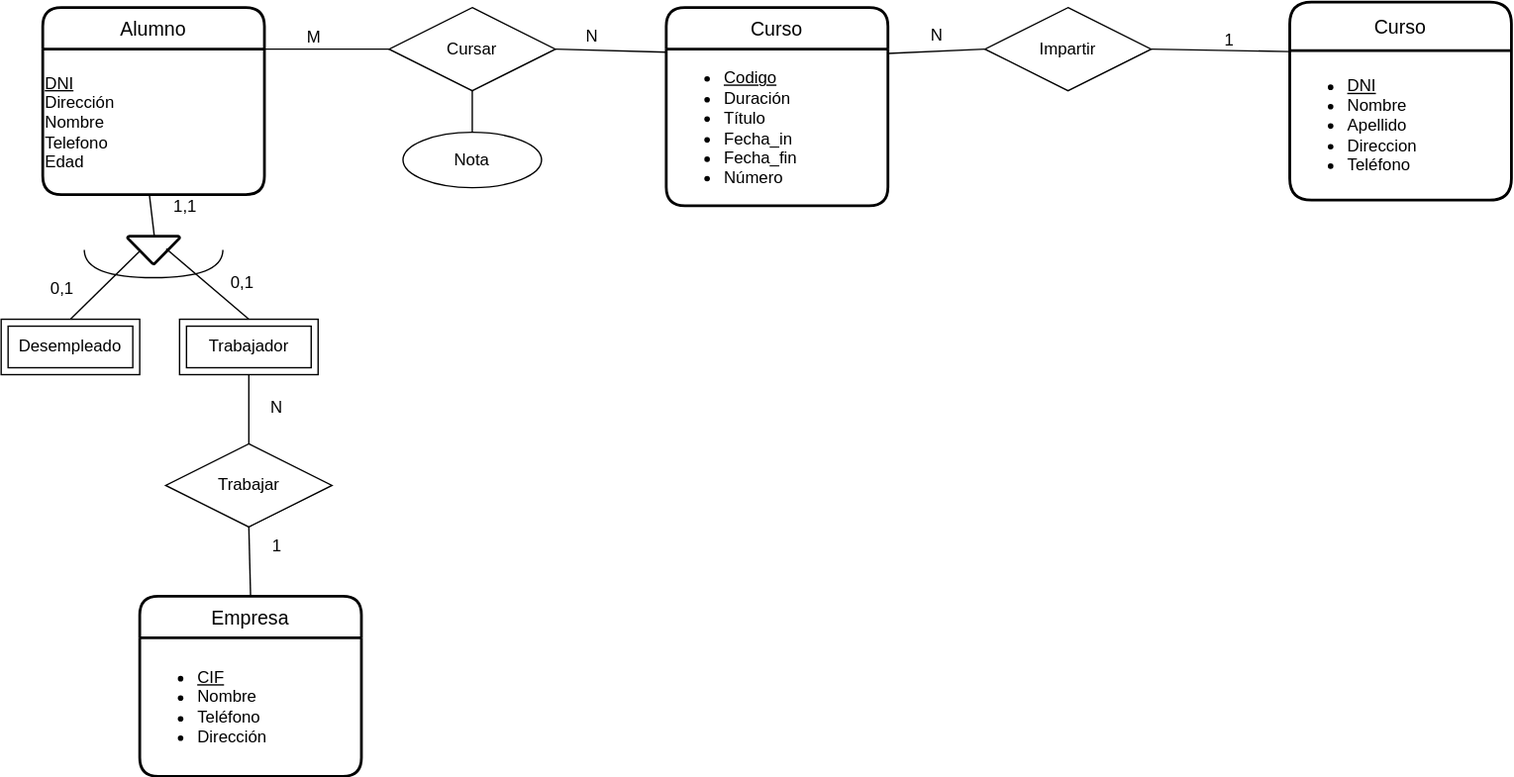
Before: UD11-2.svg, a diagram exported from draw.io (Jimxx22/C3-UD11-UML). Source tidied: cells renumbered, new cells last; positions are measured from the earlier drawing's top-left corner, leaving out a move shared by most shapes. Its diagram source:
```xml
<mxGraphModel>
  <root>
    <mxCell id="0" />
    <mxCell id="1" parent="0" />
    <mxCell id="2" value="Alumno" style="swimlane;horizontal=1;startSize=30;rounded=1;fontSize=14;fontStyle=0;strokeWidth=2;shadow=0;dashed=0;align=center;" parent="1" vertex="1">
      <mxGeometry x="30" y="4" width="160" height="135" as="geometry" />
    </mxCell>
    <mxCell id="3" value="&lt;span style=&quot;background-color: initial;&quot;&gt;&lt;u&gt;DNI&lt;/u&gt;&lt;/span&gt;&lt;br&gt;&lt;span style=&quot;background-color: initial;&quot;&gt;Dirección&lt;/span&gt;&lt;br&gt;&lt;span style=&quot;background-color: initial;&quot;&gt;Nombre&lt;/span&gt;&lt;br&gt;&lt;span style=&quot;background-color: initial;&quot;&gt;Telefono&lt;/span&gt;&lt;br&gt;&lt;span style=&quot;background-color: initial;&quot;&gt;Edad&lt;/span&gt;" style="text;html=1;align=left;verticalAlign=middle;points=[];strokeColor=none;fillColor=none;" parent="2" vertex="1">
      <mxGeometry y="30" width="160" height="105" as="geometry" />
    </mxCell>
    <mxCell id="4" value="Empresa" style="swimlane;horizontal=1;startSize=30;rounded=1;fontSize=14;fontStyle=0;strokeWidth=2;shadow=0;dashed=0;align=center;" parent="1" vertex="1">
      <mxGeometry x="100" y="429" width="160" height="130" as="geometry" />
    </mxCell>
    <mxCell id="5" value="&lt;ul&gt;&lt;li&gt;&lt;span style=&quot;background-color: initial;&quot;&gt;&lt;u&gt;CIF&lt;/u&gt;&lt;/span&gt;&lt;/li&gt;&lt;li&gt;&lt;span style=&quot;background-color: initial;&quot;&gt;Nombre&lt;/span&gt;&lt;/li&gt;&lt;li&gt;&lt;span style=&quot;background-color: initial;&quot;&gt;Teléfono&lt;/span&gt;&lt;/li&gt;&lt;li&gt;Dirección&lt;/li&gt;&lt;/ul&gt;" style="text;html=1;align=left;verticalAlign=middle;strokeColor=none;fillColor=none;" parent="4" vertex="1">
      <mxGeometry y="30" width="160" height="100" as="geometry" />
    </mxCell>
    <mxCell id="6" value="Cursar" style="shape=rhombus;perimeter=rhombusPerimeter;whiteSpace=wrap;html=1;align=center;" parent="1" vertex="1">
      <mxGeometry x="280" y="4" width="120" height="60" as="geometry" />
    </mxCell>
    <mxCell id="7" value="Trabajador" style="shape=ext;margin=3;double=1;whiteSpace=wrap;html=1;align=center;" parent="1" vertex="1">
      <mxGeometry x="128.8" y="229" width="100" height="40" as="geometry" />
    </mxCell>
    <mxCell id="8" style="endArrow=none;html=1;rounded=0;exitX=1;exitY=0.5;exitDx=0;exitDy=0;entryX=0.005;entryY=0.019;entryDx=0;entryDy=0;entryPerimeter=0;" parent="1" edge="1" source="6" target="34">
      <mxGeometry relative="1" as="geometry" />
    </mxCell>
    <mxCell id="9" value="N" style="html=1;align=right;verticalAlign=bottom;" parent="8" vertex="1">
      <mxGeometry x="1" relative="1" as="geometry">
        <mxPoint x="-50" y="-3" as="offset" />
      </mxGeometry>
    </mxCell>
    <mxCell id="10" value="Desempleado" style="shape=ext;margin=3;double=1;whiteSpace=wrap;html=1;align=center;" parent="1" vertex="1">
      <mxGeometry y="229" width="100" height="40" as="geometry" />
    </mxCell>
    <mxCell id="11" style="endArrow=none;html=1;rounded=0;exitX=0;exitY=0.5;exitDx=0;exitDy=0;" parent="1" edge="1" source="6">
      <mxGeometry relative="1" as="geometry">
        <mxPoint x="190" y="34" as="targetPoint" />
      </mxGeometry>
    </mxCell>
    <mxCell id="12" value="M" style="html=1;align=right;verticalAlign=bottom;" parent="11" vertex="1">
      <mxGeometry x="1" relative="1" as="geometry">
        <mxPoint x="41" as="offset" />
      </mxGeometry>
    </mxCell>
    <mxCell id="13" value="Impartir" style="shape=rhombus;perimeter=rhombusPerimeter;whiteSpace=wrap;html=1;align=center;" parent="1" vertex="1">
      <mxGeometry x="710" y="4" width="120" height="60" as="geometry" />
    </mxCell>
    <mxCell id="14" style="strokeWidth=2;html=1;shape=mxgraph.flowchart.merge_or_storage;whiteSpace=wrap;direction=east;" parent="1" vertex="1">
      <mxGeometry x="91.2" y="169" width="37.5" height="20" as="geometry" />
    </mxCell>
    <mxCell id="15" style="endArrow=none;html=1;rounded=0;exitX=1;exitY=0.5;exitDx=0;exitDy=0;entryX=0;entryY=0.25;entryDx=0;entryDy=0;" parent="1" edge="1" source="13" target="35">
      <mxGeometry relative="1" as="geometry" />
    </mxCell>
    <mxCell id="16" value="1" style="html=1;align=right;verticalAlign=bottom;" parent="15" vertex="1">
      <mxGeometry x="1" relative="1" as="geometry">
        <mxPoint x="-40" as="offset" />
      </mxGeometry>
    </mxCell>
    <mxCell id="17" style="endArrow=none;html=1;rounded=0;exitX=0.481;exitY=1;exitDx=0;exitDy=0;exitPerimeter=0;entryX=0.516;entryY=0.031;entryDx=0;entryDy=0;entryPerimeter=0;" parent="1" edge="1" source="3" target="14">
      <mxGeometry relative="1" as="geometry" />
    </mxCell>
    <mxCell id="18" style="endArrow=none;html=1;rounded=0;exitX=0;exitY=0.5;exitDx=0;exitDy=0;entryX=1;entryY=0.027;entryDx=0;entryDy=0;entryPerimeter=0;" parent="1" edge="1" source="13" target="34">
      <mxGeometry relative="1" as="geometry" />
    </mxCell>
    <mxCell id="19" value="N" style="html=1;align=right;verticalAlign=bottom;" parent="18" vertex="1">
      <mxGeometry x="1" relative="1" as="geometry">
        <mxPoint x="40" y="-5" as="offset" />
      </mxGeometry>
    </mxCell>
    <mxCell id="20" style="endArrow=none;html=1;rounded=0;exitX=0.5;exitY=0;exitDx=0;exitDy=0;entryX=0.229;entryY=0.55;entryDx=0;entryDy=0;entryPerimeter=0;" parent="1" edge="1" source="10" target="14">
      <mxGeometry relative="1" as="geometry" />
    </mxCell>
    <mxCell id="21" value="Trabajar" style="shape=rhombus;perimeter=rhombusPerimeter;whiteSpace=wrap;html=1;align=center;" parent="1" vertex="1">
      <mxGeometry x="118.8" y="319" width="120" height="60" as="geometry" />
    </mxCell>
    <mxCell id="22" style="endArrow=none;html=1;rounded=0;exitX=0.744;exitY=0.458;exitDx=0;exitDy=0;exitPerimeter=0;entryX=0.5;entryY=0;entryDx=0;entryDy=0;startArrow=none;" parent="1" edge="1" source="14" target="7">
      <mxGeometry relative="1" as="geometry" />
    </mxCell>
    <mxCell id="23" style="shape=requiredInterface;html=1;verticalLabelPosition=bottom;sketch=0;direction=south;" parent="1" vertex="1">
      <mxGeometry x="60" y="179" width="100" height="20" as="geometry" />
    </mxCell>
    <mxCell id="24" style="endArrow=none;html=1;rounded=0;exitX=0.5;exitY=1;exitDx=0;exitDy=0;entryX=0.5;entryY=0;entryDx=0;entryDy=0;" parent="1" edge="1" source="7" target="21">
      <mxGeometry relative="1" as="geometry" />
    </mxCell>
    <mxCell id="25" style="endArrow=none;html=1;rounded=0;exitX=0.5;exitY=0;exitDx=0;exitDy=0;entryX=0.5;entryY=1;entryDx=0;entryDy=0;" parent="1" edge="1" source="4" target="21">
      <mxGeometry relative="1" as="geometry" />
    </mxCell>
    <mxCell id="26" value="1,1" style="text;strokeColor=none;fillColor=none;spacingLeft=4;spacingRight=4;overflow=hidden;fontSize=12;" parent="1" vertex="1">
      <mxGeometry x="118.8" y="134" width="40" height="30" as="geometry" />
    </mxCell>
    <mxCell id="27" value="0,1" style="text;strokeColor=none;fillColor=none;spacingLeft=4;spacingRight=4;overflow=hidden;fontSize=12;" parent="1" vertex="1">
      <mxGeometry x="30" y="193" width="40" height="30" as="geometry" />
    </mxCell>
    <mxCell id="28" value="0,1" style="text;strokeColor=none;fillColor=none;spacingLeft=4;spacingRight=4;overflow=hidden;fontSize=12;" parent="1" vertex="1">
      <mxGeometry x="160" y="189" width="40" height="30" as="geometry" />
    </mxCell>
    <mxCell id="29" value="1" style="text;strokeColor=none;fillColor=none;spacingLeft=4;spacingRight=4;overflow=hidden;fontSize=12;" parent="1" vertex="1">
      <mxGeometry x="190" y="379" width="40" height="30" as="geometry" />
    </mxCell>
    <mxCell id="30" value="N" style="text;strokeColor=none;fillColor=none;spacingLeft=4;spacingRight=4;overflow=hidden;fontSize=12;" parent="1" vertex="1">
      <mxGeometry x="188.8" y="279" width="40" height="30" as="geometry" />
    </mxCell>
    <mxCell id="31" style="edgeStyle=orthogonalEdgeStyle;rounded=0;jettySize=auto;html=1;endArrow=none;endFill=0;" parent="1" edge="1" source="32" target="6">
      <mxGeometry relative="1" as="geometry" />
    </mxCell>
    <mxCell id="32" value="Nota" style="ellipse;whiteSpace=wrap;html=1;align=center;" parent="1" vertex="1">
      <mxGeometry x="290" y="94" width="100" height="40" as="geometry" />
    </mxCell>
    <mxCell id="33" value="Curso" style="swimlane;horizontal=1;startSize=30;rounded=1;fontSize=14;fontStyle=0;strokeWidth=2;shadow=0;dashed=0;align=center;" parent="1" vertex="1">
      <mxGeometry x="480" y="4" width="160" height="143" as="geometry" />
    </mxCell>
    <mxCell id="34" value="&lt;ul&gt;&lt;li&gt;&lt;span style=&quot;background-color: initial;&quot;&gt;&lt;u&gt;Codigo&lt;/u&gt;&lt;/span&gt;&lt;/li&gt;&lt;li&gt;Duración&lt;/li&gt;&lt;li&gt;&lt;span style=&quot;background-color: initial;&quot;&gt;Título&lt;/span&gt;&lt;/li&gt;&lt;li&gt;&lt;span style=&quot;background-color: initial;&quot;&gt;Fecha_in&lt;/span&gt;&lt;/li&gt;&lt;li&gt;Fecha_fin&lt;/li&gt;&lt;li&gt;Número&lt;/li&gt;&lt;/ul&gt;" style="text;html=1;align=left;verticalAlign=middle;points=[];strokeColor=none;fillColor=none;" parent="33" vertex="1">
      <mxGeometry y="30" width="160" height="113" as="geometry" />
    </mxCell>
    <mxCell id="35" value="Curso" style="swimlane;horizontal=1;startSize=35;rounded=1;fontSize=14;fontStyle=0;strokeWidth=2;shadow=0;dashed=0;align=center;" parent="1" vertex="1">
      <mxGeometry x="930" width="160" height="143" as="geometry" />
    </mxCell>
    <mxCell id="36" value="&lt;ul&gt;&lt;li&gt;&lt;span style=&quot;background-color: initial;&quot;&gt;&lt;u&gt;DNI&lt;/u&gt;&lt;/span&gt;&lt;/li&gt;&lt;li&gt;&lt;span style=&quot;background-color: initial;&quot;&gt;Nombre&lt;/span&gt;&lt;/li&gt;&lt;li&gt;&lt;span style=&quot;background-color: initial;&quot;&gt;Apellido&lt;/span&gt;&lt;/li&gt;&lt;li&gt;&lt;span style=&quot;background-color: initial;&quot;&gt;Direccion&lt;/span&gt;&lt;/li&gt;&lt;li&gt;Teléfono&lt;/li&gt;&lt;/ul&gt;" style="text;html=1;align=left;verticalAlign=middle;strokeColor=none;fillColor=none;" parent="35" vertex="1">
      <mxGeometry y="35" width="160" height="108" as="geometry" />
    </mxCell>
  </root>
</mxGraphModel>
```
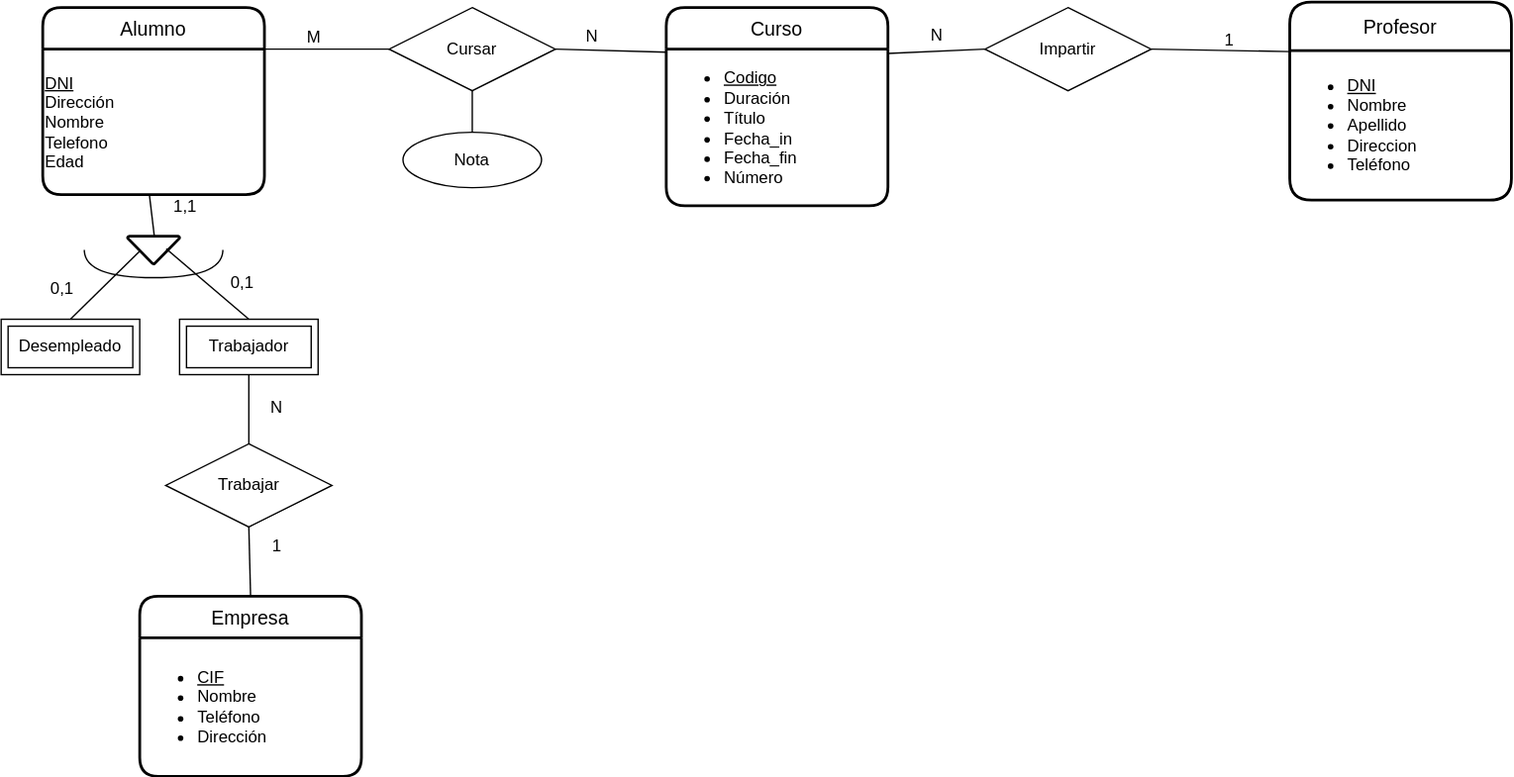
The same file after the commit.

The edit, as a diff of the source:
```diff
@@ -111,7 +111,7 @@
     <mxCell id="34" value="&lt;ul&gt;&lt;li&gt;&lt;span style=&quot;background-color: initial;&quot;&gt;&lt;u&gt;Codigo&lt;/u&gt;&lt;/span&gt;&lt;/li&gt;&lt;li&gt;Duración&lt;/li&gt;&lt;li&gt;&lt;span style=&quot;background-color: initial;&quot;&gt;Título&lt;/span&gt;&lt;/li&gt;&lt;li&gt;&lt;span style=&quot;background-color: initial;&quot;&gt;Fecha_in&lt;/span&gt;&lt;/li&gt;&lt;li&gt;Fecha_fin&lt;/li&gt;&lt;li&gt;Número&lt;/li&gt;&lt;/ul&gt;" style="text;html=1;align=left;verticalAlign=middle;points=[];strokeColor=none;fillColor=none;" parent="33" vertex="1">
       <mxGeometry y="30" width="160" height="113" as="geometry" />
     </mxCell>
-    <mxCell id="35" value="Curso" style="swimlane;horizontal=1;startSize=35;rounded=1;fontSize=14;fontStyle=0;strokeWidth=2;shadow=0;dashed=0;align=center;" parent="1" vertex="1">
+    <mxCell id="35" value="Profesor" style="swimlane;horizontal=1;startSize=35;rounded=1;fontSize=14;fontStyle=0;strokeWidth=2;shadow=0;dashed=0;align=center;" parent="1" vertex="1">
       <mxGeometry x="930" width="160" height="143" as="geometry" />
     </mxCell>
     <mxCell id="36" value="&lt;ul&gt;&lt;li&gt;&lt;span style=&quot;background-color: initial;&quot;&gt;&lt;u&gt;DNI&lt;/u&gt;&lt;/span&gt;&lt;/li&gt;&lt;li&gt;&lt;span style=&quot;background-color: initial;&quot;&gt;Nombre&lt;/span&gt;&lt;/li&gt;&lt;li&gt;&lt;span style=&quot;background-color: initial;&quot;&gt;Apellido&lt;/span&gt;&lt;/li&gt;&lt;li&gt;&lt;span style=&quot;background-color: initial;&quot;&gt;Direccion&lt;/span&gt;&lt;/li&gt;&lt;li&gt;Teléfono&lt;/li&gt;&lt;/ul&gt;" style="text;html=1;align=left;verticalAlign=middle;strokeColor=none;fillColor=none;" parent="35" vertex="1">
```
